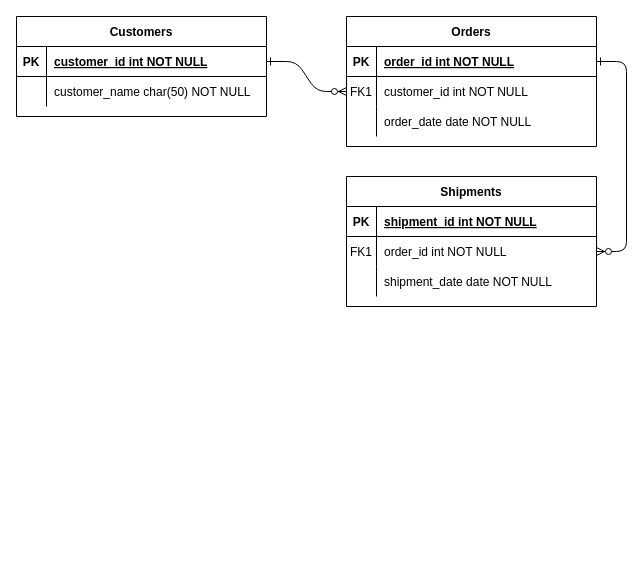
The draw.io diagram Untitled Diagram.drawio in joachimwan/django_test_project, before the edit. Source tidied: cells renumbered, new cells numbered last; positions are measured from the earlier drawing's top-left corner, leaving out a move shared by most shapes. Both pictures are drawn from the tidied source at 100%, with x=0, y=0 at pixel (16, 16).
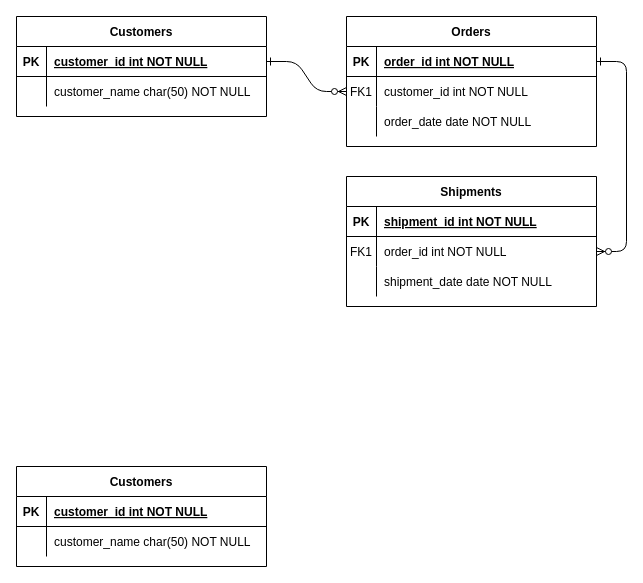
The same diagram, later.

Diff of the diagram source:
```diff
@@
+    <mxCell id="31" value="Customers" style="shape=table;startSize=30;childLayout=tableLayout;rowLines=0;fontStyle=1;align=center;" parent="1" vertex="1">
+      <mxGeometry y="450" width="250" height="100" as="geometry" />
+    </mxCell>
+    <mxCell id="32" style="shape=partialRectangle;fillColor=none;top=0;left=0;right=0;bottom=1;" parent="31" vertex="1">
+      <mxGeometry y="30" width="250" height="30" as="geometry" />
+    </mxCell>
+    <mxCell id="33" value="PK" style="shape=partialRectangle;overflow=hidden;fillColor=none;top=0;left=0;bottom=0;right=0;fontStyle=1;" parent="32" vertex="1">
+      <mxGeometry width="30" height="30" as="geometry" />
+    </mxCell>
+    <mxCell id="34" value="customer_id int NOT NULL " style="shape=partialRectangle;overflow=hidden;fillColor=none;top=0;left=0;bottom=0;right=0;align=left;spacingLeft=6;fontStyle=5;" parent="32" vertex="1">
+      <mxGeometry x="30" width="220" height="30" as="geometry" />
+    </mxCell>
+    <mxCell id="35" style="shape=partialRectangle;fillColor=none;top=0;left=0;right=0;bottom=0;" parent="31" vertex="1">
+      <mxGeometry y="60" width="250" height="30" as="geometry" />
+    </mxCell>
+    <mxCell id="36" style="shape=partialRectangle;overflow=hidden;fillColor=none;top=0;left=0;bottom=0;right=0;" parent="35" vertex="1">
+      <mxGeometry width="30" height="30" as="geometry" />
+    </mxCell>
+    <mxCell id="37" value="customer_name char(50) NOT NULL" style="shape=partialRectangle;overflow=hidden;fillColor=none;top=0;left=0;bottom=0;right=0;align=left;spacingLeft=6;" parent="35" vertex="1">
+      <mxGeometry x="30" width="220" height="30" as="geometry" />
+    </mxCell>
```
